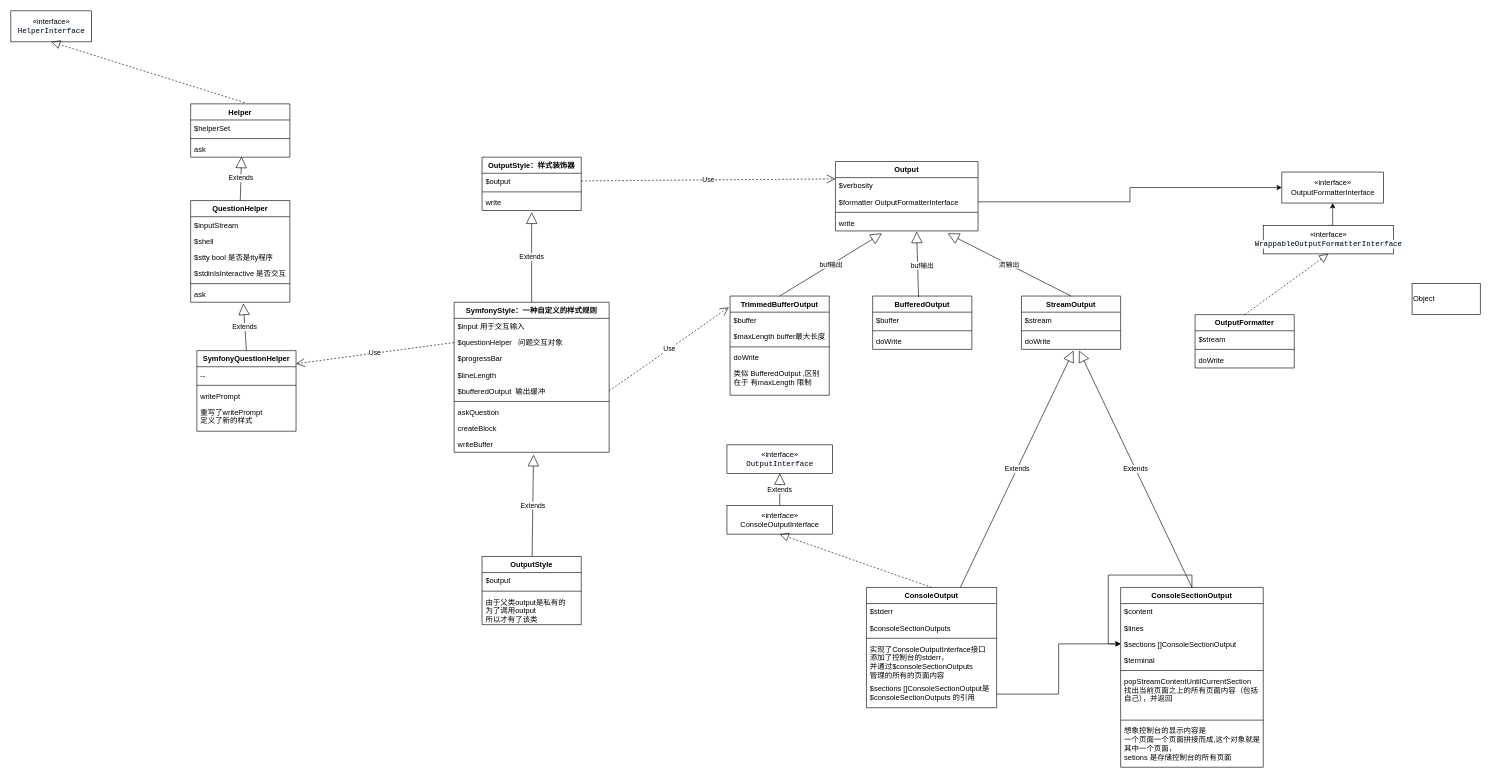
Earlier version of the draw.io diagram page "IO-output" (3 of 3) of draw.io/lumen/command.drawio (liaoque/php-old-project). Source tidied: cells renumbered, new cells numbered last; positions are measured from the earlier drawing's top-left corner, leaving out a move shared by most shapes. Both pictures are drawn from the tidied source at 62%, with x=0, y=0 at pixel (11, 11).
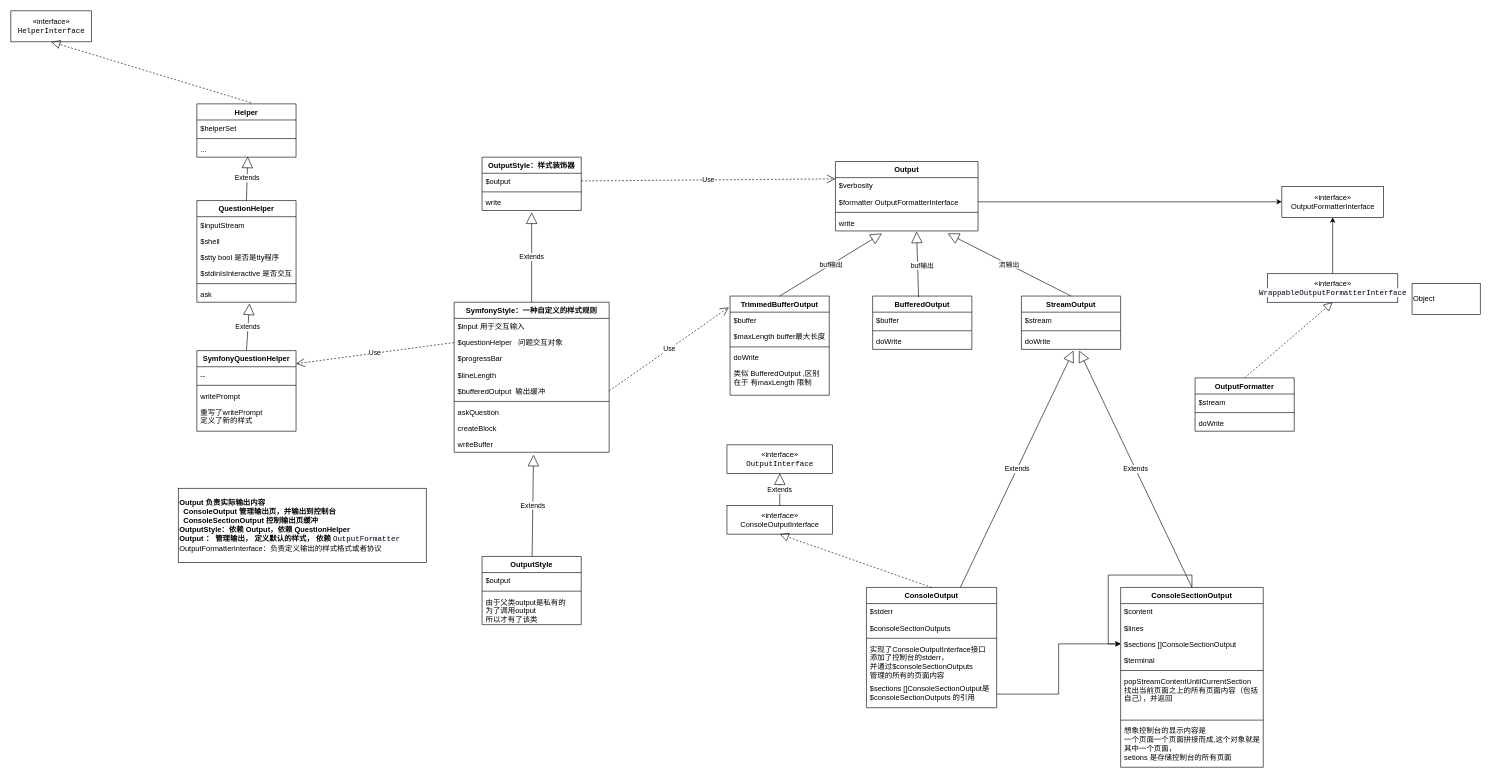
Above is the later version.

Diff of the diagram source:
```diff
@@
     <mxCell id="70" value="OutputFormatter" style="swimlane;fontStyle=1;align=center;verticalAlign=top;horizontal=1;startSize=26;" parent="1" vertex="1">
-      <mxGeometry x="1910" y="490" width="160" height="86" as="geometry" />
+      <mxGeometry x="1910" y="592" width="160" height="86" as="geometry" />
     </mxCell>
@@
     <mxCell id="75" value="«interface»&lt;br&gt;&lt;span style=&quot;text-align: left&quot;&gt;OutputFormatterInterface&lt;/span&gt;" style="html=1;" parent="1" vertex="1">
-      <mxGeometry x="2050" y="260" width="164" height="50" as="geometry" />
+      <mxGeometry x="2050" y="283" width="164" height="50" as="geometry" />
     </mxCell>
@@
     <mxCell id="81" value="QuestionHelper" style="swimlane;fontStyle=1;align=center;verticalAlign=top;horizontal=1;startSize=26;" parent="1" vertex="1">
-      <mxGeometry x="290" y="306" width="160" height="164" as="geometry" />
+      <mxGeometry x="300" y="306" width="160" height="164" as="geometry" />
     </mxCell>
@@
     <mxCell id="88" value="Helper" style="swimlane;fontStyle=1;align=center;verticalAlign=top;horizontal=1;startSize=26;" parent="1" vertex="1">
-      <mxGeometry x="290" y="150" width="160" height="86" as="geometry" />
+      <mxGeometry x="300" y="150" width="160" height="86" as="geometry" />
     </mxCell>
@@
-    <mxCell id="91" value="ask" style="text;strokeColor=none;fillColor=none;align=left;verticalAlign=top;spacingLeft=4;spacingRight=4;overflow=hidden;points=[[0,0.5],[1,0.5]];portConstraint=eastwest;" parent="88" vertex="1">
+    <mxCell id="91" value="..." style="text;strokeColor=none;fillColor=none;align=left;verticalAlign=top;spacingLeft=4;spacingRight=4;overflow=hidden;points=[[0,0.5],[1,0.5]];portConstraint=eastwest;" parent="88" vertex="1">
       <mxGeometry y="60" width="160" height="26" as="geometry" />
     </mxCell>
@@
     <mxCell id="97" value="«interface»&lt;br&gt;&lt;span style=&quot;background-color: rgb(247 , 250 , 255) ; font-family: &amp;#34;jetbrains mono&amp;#34; , monospace ; font-size: 9pt&quot;&gt;WrappableOutputFormatterInterface&lt;/span&gt;" style="html=1;" parent="1" vertex="1">
-      <mxGeometry x="2020" y="346" width="210" height="46" as="geometry" />
+      <mxGeometry x="2027" y="424" width="210" height="46" as="geometry" />
     </mxCell>
@@
+    <mxCell id="100" value="&lt;span style=&quot;font-weight: 700&quot;&gt;Output 负责实际输出内容&lt;br&gt;&lt;/span&gt;&lt;span style=&quot;font-weight: 700&quot;&gt;&amp;nbsp; ConsoleOutput 管理输出页，并输出到控制台&lt;br&gt;&lt;/span&gt;&lt;span style=&quot;font-weight: 700 ; text-align: center&quot;&gt;&amp;nbsp; ConsoleSectionOutput 控制输出页缓冲&lt;/span&gt;&lt;span style=&quot;font-weight: 700&quot;&gt;&lt;br&gt;&lt;/span&gt;&lt;span style=&quot;font-weight: 700&quot;&gt;OutputStyle：依赖&amp;nbsp;&lt;/span&gt;&lt;span style=&quot;font-weight: 700&quot;&gt;Output，依赖&amp;nbsp;&lt;/span&gt;&lt;span style=&quot;font-weight: 700 ; text-align: center&quot;&gt;QuestionHelper&lt;br&gt;&lt;/span&gt;&lt;span style=&quot;font-weight: 700&quot;&gt;Output&amp;nbsp;&lt;/span&gt;&lt;span style=&quot;font-weight: 700&quot;&gt;： 管理输出， 定义默认的样式， 依赖&amp;nbsp;&lt;/span&gt;&lt;span style=&quot;background-color: rgb(247 , 250 , 255) ; font-family: &amp;#34;jetbrains mono&amp;#34; , monospace ; font-size: 9pt&quot;&gt;OutputFormatter&lt;/span&gt;&lt;span style=&quot;font-weight: 700&quot;&gt;&lt;br&gt;&lt;/span&gt;OutputFormatterInterface：负责定义输出的样式格式或者协议" style="rounded=0;whiteSpace=wrap;html=1;align=left;" parent="1" vertex="1">
+      <mxGeometry x="270" y="770" width="400" height="120" as="geometry" />
+    </mxCell>
```
